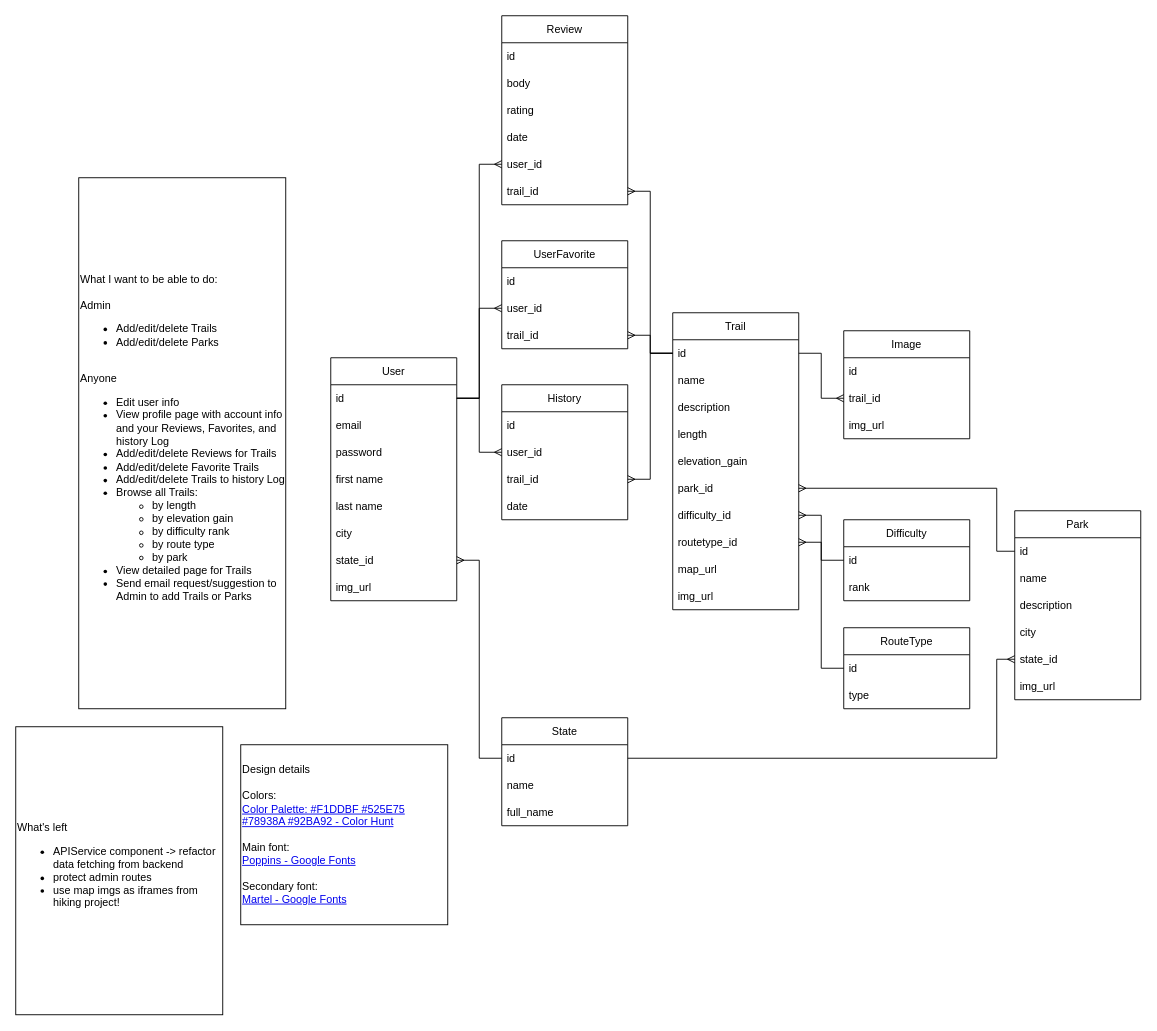
The draw.io diagram planning/HikingVentures Brainstorming.drawio in gdbecker/HikingVentures, before the edit. Source tidied: cells renumbered, new cells numbered last; positions are measured from the earlier drawing's top-left corner, leaving out a move shared by most shapes. Both pictures are drawn from the tidied source at 90%, with x=0, y=0 at pixel (15, 15).
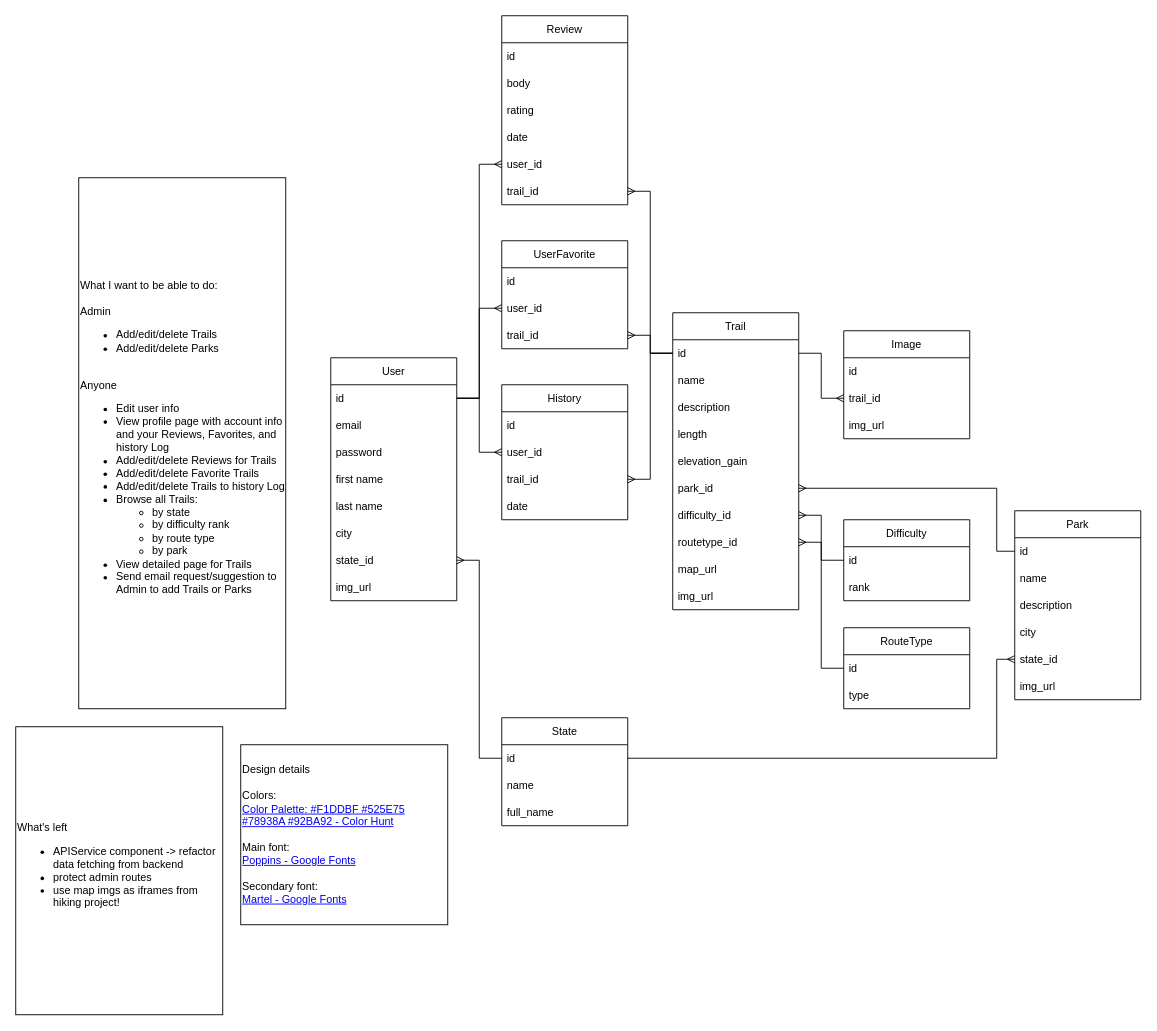
After the change.

Change to the diagram source:
```diff
@@
-    <mxCell id="2" value="What I want to be able to do:&lt;br&gt;&lt;br&gt;Admin&lt;br&gt;&lt;ul&gt;&lt;li&gt;Add/edit/delete Trails&lt;/li&gt;&lt;li&gt;Add/edit/delete Parks&lt;/li&gt;&lt;/ul&gt;&lt;div&gt;&lt;br&gt;&lt;/div&gt;&lt;div&gt;Anyone&lt;/div&gt;&lt;ul&gt;&lt;li&gt;Edit user info&lt;/li&gt;&lt;li&gt;View profile page with account info and your Reviews, Favorites, and history Log&lt;/li&gt;&lt;li&gt;Add/edit/delete Reviews for Trails&lt;/li&gt;&lt;li&gt;Add/edit/delete Favorite Trails&lt;/li&gt;&lt;li&gt;Add/edit/delete Trails to history Log&lt;/li&gt;&lt;li&gt;Browse all Trails:&lt;/li&gt;&lt;ul&gt;&lt;li&gt;by length&lt;/li&gt;&lt;li&gt;by elevation gain&lt;/li&gt;&lt;li&gt;by difficulty rank&lt;/li&gt;&lt;li&gt;by route type&lt;/li&gt;&lt;li&gt;by park&lt;/li&gt;&lt;/ul&gt;&lt;li&gt;View detailed page for Trails&lt;/li&gt;&lt;li&gt;Send email request/suggestion to Admin to add Trails or Parks&lt;/li&gt;&lt;/ul&gt;" style="rounded=0;whiteSpace=wrap;html=1;align=left;" parent="1" vertex="1">
+    <mxCell id="2" value="What I want to be able to do:&lt;br&gt;&lt;br&gt;Admin&lt;br&gt;&lt;ul&gt;&lt;li&gt;Add/edit/delete Trails&lt;/li&gt;&lt;li&gt;Add/edit/delete Parks&lt;/li&gt;&lt;/ul&gt;&lt;div&gt;&lt;br&gt;&lt;/div&gt;&lt;div&gt;Anyone&lt;/div&gt;&lt;ul&gt;&lt;li&gt;Edit user info&lt;/li&gt;&lt;li&gt;View profile page with account info and your Reviews, Favorites, and history Log&lt;/li&gt;&lt;li&gt;Add/edit/delete Reviews for Trails&lt;/li&gt;&lt;li&gt;Add/edit/delete Favorite Trails&lt;/li&gt;&lt;li&gt;Add/edit/delete Trails to history Log&lt;/li&gt;&lt;li&gt;Browse all Trails:&lt;/li&gt;&lt;ul&gt;&lt;li&gt;by state&lt;/li&gt;&lt;li&gt;by difficulty rank&lt;/li&gt;&lt;li&gt;by route type&lt;/li&gt;&lt;li&gt;by park&lt;/li&gt;&lt;/ul&gt;&lt;li&gt;View detailed page for Trails&lt;/li&gt;&lt;li&gt;Send email request/suggestion to Admin to add Trails or Parks&lt;/li&gt;&lt;/ul&gt;" style="rounded=0;whiteSpace=wrap;html=1;align=left;" parent="1" vertex="1">
       <mxGeometry x="70" y="180" width="230" height="590" as="geometry" />
     </mxCell>
```
